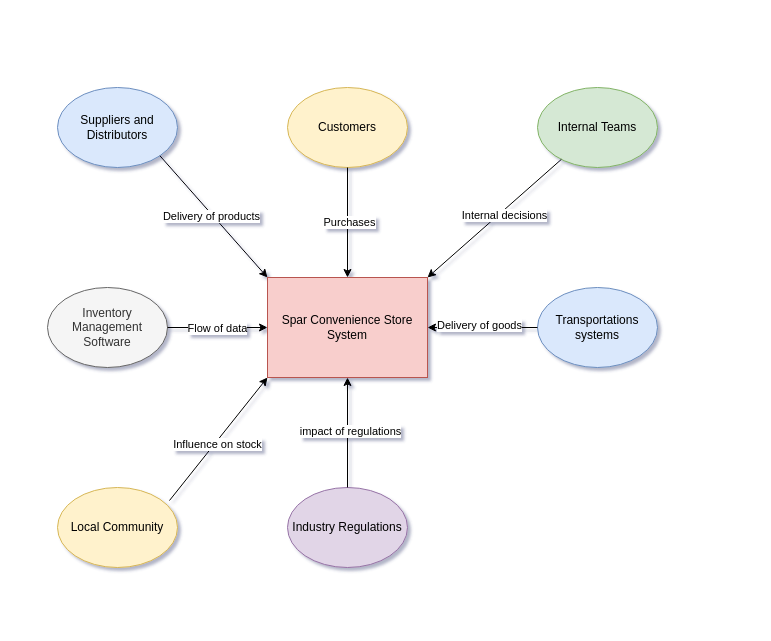
Earlier version of the draw.io diagram Context diagram.drawio (kyleoneill20/PDFfiles). Source tidied: cells renumbered, new cells numbered last; positions are measured from the earlier drawing's top-left corner, leaving out a move shared by most shapes. Both pictures are drawn from the tidied source at 100%, with x=0, y=0 at pixel (47, 87).
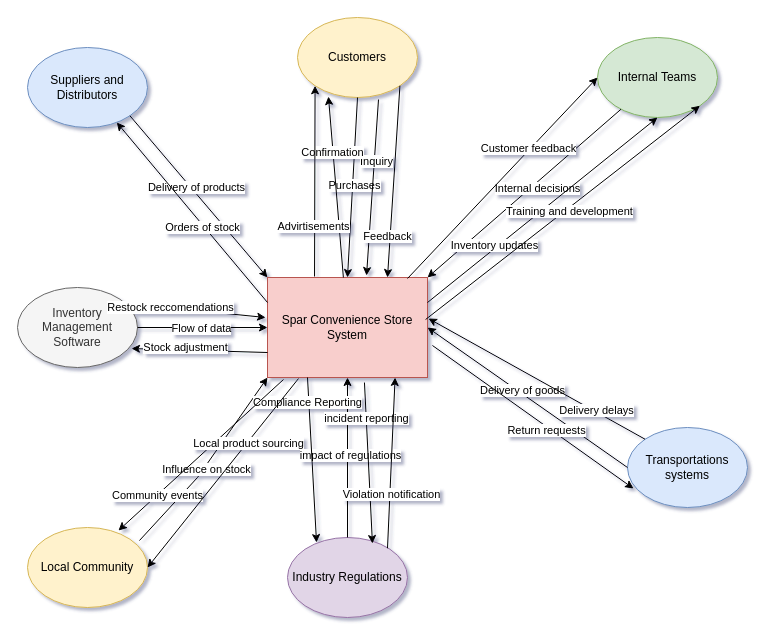
After the change.

The change refers to these unchanged cells:
```xml
<mxCell id="2" value="Spar Convenience Store System" style="rounded=0;whiteSpace=wrap;html=1;fillColor=#f8cecc;strokeColor=#b85450;" parent="1" vertex="1">
  <mxGeometry x="220" y="190" width="160" height="100" as="geometry" />
</mxCell>
<mxCell id="10" style="endArrow=classic;html=1;rounded=0;entryX=0;entryY=0;entryDx=0;entryDy=0;exitX=1;exitY=1;exitDx=0;exitDy=0;" parent="1" edge="1" source="3" target="2">
  <mxGeometry relative="1" as="geometry" />
</mxCell>
<mxCell id="12" style="endArrow=classic;html=1;rounded=0;exitX=0.5;exitY=1;exitDx=0;exitDy=0;entryX=0.5;entryY=0;entryDx=0;entryDy=0;" parent="1" edge="1" source="4" target="2">
  <mxGeometry relative="1" as="geometry" />
</mxCell>
<mxCell id="14" style="endArrow=classic;html=1;rounded=0;entryX=1;entryY=0;entryDx=0;entryDy=0;" parent="1" edge="1" source="5" target="2">
  <mxGeometry relative="1" as="geometry" />
</mxCell>
<mxCell id="16" style="endArrow=classic;html=1;rounded=0;exitX=1;exitY=0.5;exitDx=0;exitDy=0;entryX=0;entryY=0.5;entryDx=0;entryDy=0;" parent="1" edge="1" source="6" target="2">
  <mxGeometry relative="1" as="geometry" />
</mxCell>
<mxCell id="20" style="endArrow=classic;html=1;rounded=0;" parent="1" edge="1" source="8">
  <mxGeometry relative="1" as="geometry">
    <mxPoint x="300" y="290" as="targetPoint" />
  </mxGeometry>
</mxCell>
<mxCell id="22" style="endArrow=classic;html=1;rounded=0;exitX=0;exitY=0.5;exitDx=0;exitDy=0;entryX=1;entryY=0.5;entryDx=0;entryDy=0;" parent="1" edge="1" source="9" target="2">
  <mxGeometry relative="1" as="geometry" />
</mxCell>
```

Diff of the diagram source:
```diff
@@
-    <mxCell id="3" value="Suppliers and Distributors" style="ellipse;whiteSpace=wrap;html=1;fillColor=#dae8fc;strokeColor=#6c8ebf;" parent="1" vertex="1">
-      <mxGeometry x="10" width="120" height="80" as="geometry" />
+    <mxCell id="3" value="Suppliers and Distributors" style="ellipse;whiteSpace=wrap;html=1;fillColor=#dae8fc;strokeColor=#6c8ebf;rounded=0;" parent="1" vertex="1">
+      <mxGeometry x="-20" y="-40" width="120" height="80" as="geometry" />
     </mxCell>
-    <mxCell id="4" value="Customers" style="ellipse;whiteSpace=wrap;html=1;fillColor=#fff2cc;strokeColor=#d6b656;" parent="1" vertex="1">
-      <mxGeometry x="240" width="120" height="80" as="geometry" />
+    <mxCell id="4" value="Customers" style="ellipse;whiteSpace=wrap;html=1;fillColor=#fff2cc;strokeColor=#d6b656;rounded=0;" parent="1" vertex="1">
+      <mxGeometry x="250" y="-70" width="120" height="80" as="geometry" />
     </mxCell>
-    <mxCell id="5" value="Internal Teams" style="ellipse;whiteSpace=wrap;html=1;fillColor=#d5e8d4;strokeColor=#82b366;" parent="1" vertex="1">
-      <mxGeometry x="490" width="120" height="80" as="geometry" />
+    <mxCell id="5" value="Internal Teams" style="ellipse;whiteSpace=wrap;html=1;fillColor=#d5e8d4;strokeColor=#82b366;rounded=0;" parent="1" vertex="1">
+      <mxGeometry x="550" y="-50" width="120" height="80" as="geometry" />
     </mxCell>
-    <mxCell id="6" value="Inventory Management Software" style="ellipse;whiteSpace=wrap;html=1;fillColor=#f5f5f5;fontColor=#333333;strokeColor=#666666;" parent="1" vertex="1">
-      <mxGeometry y="200" width="120" height="80" as="geometry" />
+    <mxCell id="6" value="Inventory Management Software" style="ellipse;whiteSpace=wrap;html=1;fillColor=#f5f5f5;fontColor=#333333;strokeColor=#666666;rounded=0;" parent="1" vertex="1">
+      <mxGeometry x="-30" y="200" width="120" height="80" as="geometry" />
     </mxCell>
-    <mxCell id="7" value="Local Community" style="ellipse;whiteSpace=wrap;html=1;fillColor=#fff2cc;strokeColor=#d6b656;" parent="1" vertex="1">
-      <mxGeometry x="10" y="400" width="120" height="80" as="geometry" />
+    <mxCell id="7" value="Local Community" style="ellipse;whiteSpace=wrap;html=1;fillColor=#fff2cc;strokeColor=#d6b656;rounded=0;" parent="1" vertex="1">
+      <mxGeometry x="-20" y="440" width="120" height="80" as="geometry" />
     </mxCell>
-    <mxCell id="8" value="Industry Regulations" style="ellipse;whiteSpace=wrap;html=1;fillColor=#e1d5e7;strokeColor=#9673a6;" parent="1" vertex="1">
-      <mxGeometry x="240" y="400" width="120" height="80" as="geometry" />
+    <mxCell id="8" value="Industry Regulations" style="ellipse;whiteSpace=wrap;html=1;fillColor=#e1d5e7;strokeColor=#9673a6;rounded=0;" parent="1" vertex="1">
+      <mxGeometry x="240" y="450" width="120" height="80" as="geometry" />
     </mxCell>
-    <mxCell id="9" value="Transportations systems" style="ellipse;whiteSpace=wrap;html=1;fillColor=#dae8fc;strokeColor=#6c8ebf;" parent="1" vertex="1">
-      <mxGeometry x="490" y="200" width="120" height="80" as="geometry" />
+    <mxCell id="9" value="Transportations systems" style="ellipse;whiteSpace=wrap;html=1;fillColor=#dae8fc;strokeColor=#6c8ebf;rounded=0;" parent="1" vertex="1">
+      <mxGeometry x="580" y="340" width="120" height="80" as="geometry" />
     </mxCell>
@@
-    <mxCell id="11" value="Delivery of products" style="edgeLabel;html=1;align=center;verticalAlign=middle;" parent="10" vertex="1">
-      <mxGeometry x="-0.03" y="-1" relative="1" as="geometry" />
+    <mxCell id="11" value="Delivery of products" style="edgeLabel;html=1;align=center;verticalAlign=middle;rounded=0;" parent="10" vertex="1">
+      <mxGeometry x="-0.03" y="-1" relative="1" as="geometry">
+        <mxPoint y="-8" as="offset" />
+      </mxGeometry>
     </mxCell>
@@
-    <mxCell id="13" value="Purchases" style="edgeLabel;html=1;align=center;verticalAlign=middle;" parent="12" vertex="1">
+    <mxCell id="13" value="Purchases" style="edgeLabel;html=1;align=center;verticalAlign=middle;rounded=0;" parent="12" vertex="1">
       <mxGeometry x="-0.02" y="1" relative="1" as="geometry" />
     </mxCell>
@@
-    <mxCell id="15" value="Internal decisions" style="edgeLabel;html=1;align=center;verticalAlign=middle;" parent="14" vertex="1">
+    <mxCell id="15" value="Internal decisions" style="edgeLabel;html=1;align=center;verticalAlign=middle;rounded=0;" parent="14" vertex="1">
       <mxGeometry x="-0.1" y="4" relative="1" as="geometry" />
     </mxCell>
@@
-    <mxCell id="17" value="Flow of data" style="edgeLabel;html=1;align=center;verticalAlign=middle;" parent="16" vertex="1">
+    <mxCell id="17" value="Flow of data" style="edgeLabel;html=1;align=center;verticalAlign=middle;rounded=0;" parent="16" vertex="1">
       <mxGeometry x="-0.03" relative="1" as="geometry" />
     </mxCell>
     <mxCell id="18" style="endArrow=classic;html=1;rounded=0;exitX=0.933;exitY=0.163;exitDx=0;exitDy=0;exitPerimeter=0;entryX=0;entryY=1;entryDx=0;entryDy=0;" parent="1" edge="1" source="7" target="2">
-      <mxGeometry relative="1" as="geometry" />
+      <mxGeometry relative="1" as="geometry">
+        <Array as="points">
+          <mxPoint x="150" y="390" />
+        </Array>
+      </mxGeometry>
     </mxCell>
-    <mxCell id="19" value="Influence on stock" style="edgeLabel;html=1;align=center;verticalAlign=middle;" parent="18" vertex="1">
+    <mxCell id="19" value="Influence on stock" style="edgeLabel;html=1;align=center;verticalAlign=middle;rounded=0;" parent="18" vertex="1">
       <mxGeometry x="-0.06" y="-2" relative="1" as="geometry" />
     </mxCell>
@@
-    <mxCell id="21" value="impact of regulations" style="edgeLabel;html=1;align=center;verticalAlign=middle;" parent="20" vertex="1">
+    <mxCell id="21" value="impact of regulations" style="edgeLabel;html=1;align=center;verticalAlign=middle;rounded=0;" parent="20" vertex="1">
       <mxGeometry x="0.04" y="-2" relative="1" as="geometry" />
     </mxCell>
@@
-    <mxCell id="23" value="Delivery of goods" style="edgeLabel;html=1;align=center;verticalAlign=middle;" parent="22" vertex="1">
+    <mxCell id="23" value="Delivery of goods" style="edgeLabel;html=1;align=center;verticalAlign=middle;rounded=0;" parent="22" vertex="1">
       <mxGeometry x="0.07" y="-3" relative="1" as="geometry" />
     </mxCell>
+    <mxCell id="24" style="endArrow=classic;html=1;rounded=0;exitX=0;exitY=0.25;exitDx=0;exitDy=0;" parent="1" edge="1" source="2" target="3">
+      <mxGeometry relative="1" as="geometry" />
+    </mxCell>
+    <mxCell id="25" value="Orders of stock" style="edgeLabel;html=1;align=center;verticalAlign=middle;rounded=0;" parent="24" vertex="1">
+      <mxGeometry x="0.02" y="2" relative="1" as="geometry">
+        <mxPoint x="13" y="15" as="offset" />
+      </mxGeometry>
+    </mxCell>
+    <mxCell id="26" style="endArrow=classic;html=1;rounded=0;exitX=0.675;exitY=1.025;exitDx=0;exitDy=0;exitPerimeter=0;entryX=0.619;entryY=-0.02;entryDx=0;entryDy=0;entryPerimeter=0;" parent="1" edge="1" source="4" target="2">
+      <mxGeometry relative="1" as="geometry" />
+    </mxCell>
+    <mxCell id="27" value="Inquiry" style="edgeLabel;html=1;align=center;verticalAlign=middle;" parent="26" vertex="1">
+      <mxGeometry x="-0.3" y="2" relative="1" as="geometry" />
+    </mxCell>
+    <mxCell id="28" style="endArrow=classic;html=1;rounded=0;exitX=1;exitY=1;exitDx=0;exitDy=0;entryX=0.75;entryY=0;entryDx=0;entryDy=0;" parent="1" edge="1" source="4" target="2">
+      <mxGeometry relative="1" as="geometry" />
+    </mxCell>
+    <mxCell id="29" value="Feedback" style="edgeLabel;html=1;align=center;verticalAlign=middle;" parent="28" vertex="1">
+      <mxGeometry x="0.57" y="-3" relative="1" as="geometry" />
+    </mxCell>
+    <mxCell id="30" style="endArrow=classic;html=1;rounded=0;entryX=0.258;entryY=0.988;entryDx=0;entryDy=0;entryPerimeter=0;" parent="1" edge="1" source="2" target="4">
+      <mxGeometry relative="1" as="geometry" />
+    </mxCell>
+    <mxCell id="31" value="Confirmation" style="edgeLabel;html=1;align=center;verticalAlign=middle;" parent="30" vertex="1">
+      <mxGeometry x="0.39" y="1" relative="1" as="geometry" />
+    </mxCell>
+    <mxCell id="32" style="endArrow=classic;html=1;rounded=0;entryX=0;entryY=1;entryDx=0;entryDy=0;exitX=0.294;exitY=-0.01;exitDx=0;exitDy=0;exitPerimeter=0;" parent="1" edge="1" source="2" target="4">
+      <mxGeometry relative="1" as="geometry" />
+    </mxCell>
+    <mxCell id="33" value="Advirtisements" style="edgeLabel;html=1;align=center;verticalAlign=middle;" parent="32" vertex="1">
+      <mxGeometry x="-0.48" y="2" relative="1" as="geometry" />
+    </mxCell>
+    <mxCell id="34" style="endArrow=classic;html=1;rounded=0;entryX=0.5;entryY=1;entryDx=0;entryDy=0;exitX=1;exitY=0.25;exitDx=0;exitDy=0;" parent="1" edge="1" source="2" target="5">
+      <mxGeometry relative="1" as="geometry" />
+    </mxCell>
+    <mxCell id="35" value="Inventory updates" style="edgeLabel;html=1;align=center;verticalAlign=middle;" parent="34" vertex="1">
+      <mxGeometry x="-0.41" y="2" relative="1" as="geometry">
+        <mxPoint y="-1" as="offset" />
+      </mxGeometry>
+    </mxCell>
+    <mxCell id="36" style="endArrow=classic;html=1;rounded=0;entryX=0;entryY=0.5;entryDx=0;entryDy=0;exitX=0.875;exitY=0.01;exitDx=0;exitDy=0;exitPerimeter=0;" parent="1" edge="1" source="2" target="5">
+      <mxGeometry relative="1" as="geometry" />
+    </mxCell>
+    <mxCell id="37" value="Customer feedback" style="edgeLabel;html=1;align=center;verticalAlign=middle;" parent="36" vertex="1">
+      <mxGeometry x="0.28" y="2" relative="1" as="geometry" />
+    </mxCell>
+    <mxCell id="38" style="endArrow=classic;html=1;rounded=0;entryX=1;entryY=1;entryDx=0;entryDy=0;exitX=0.988;exitY=0.42;exitDx=0;exitDy=0;exitPerimeter=0;" parent="1" edge="1" source="2" target="5">
+      <mxGeometry relative="1" as="geometry" />
+    </mxCell>
+    <mxCell id="39" value="Training and development" style="edgeLabel;html=1;align=center;verticalAlign=middle;" parent="38" vertex="1">
+      <mxGeometry x="0.06" y="-1" relative="1" as="geometry">
+        <mxPoint x="-2" y="4" as="offset" />
+      </mxGeometry>
+    </mxCell>
+    <mxCell id="40" style="endArrow=classic;html=1;rounded=0;entryX=0.05;entryY=0.763;entryDx=0;entryDy=0;entryPerimeter=0;exitX=1.031;exitY=0.68;exitDx=0;exitDy=0;exitPerimeter=0;" parent="1" edge="1" source="2" target="9">
+      <mxGeometry relative="1" as="geometry" />
+    </mxCell>
+    <mxCell id="41" value="Return requests" style="edgeLabel;html=1;align=center;verticalAlign=middle;" parent="40" vertex="1">
+      <mxGeometry x="0.15" y="-3" relative="1" as="geometry" />
+    </mxCell>
+    <mxCell id="42" style="endArrow=classic;html=1;rounded=0;exitX=0;exitY=0;exitDx=0;exitDy=0;entryX=1.006;entryY=0.41;entryDx=0;entryDy=0;entryPerimeter=0;" parent="1" edge="1" source="9" target="2">
+      <mxGeometry relative="1" as="geometry" />
+    </mxCell>
+    <mxCell id="43" value="Delivery delays" style="edgeLabel;html=1;align=center;verticalAlign=middle;" parent="42" vertex="1">
+      <mxGeometry x="-0.54" y="-2" relative="1" as="geometry" />
+    </mxCell>
+    <mxCell id="44" style="endArrow=classic;html=1;rounded=0;entryX=0.708;entryY=0.075;entryDx=0;entryDy=0;entryPerimeter=0;exitX=0.606;exitY=1.05;exitDx=0;exitDy=0;exitPerimeter=0;" parent="1" edge="1" source="2" target="8">
+      <mxGeometry relative="1" as="geometry" />
+    </mxCell>
+    <mxCell id="45" value="incident reporting" style="edgeLabel;html=1;align=center;verticalAlign=middle;" parent="44" vertex="1">
+      <mxGeometry x="-0.55" relative="1" as="geometry" />
+    </mxCell>
+    <mxCell id="46" style="endArrow=classic;html=1;rounded=0;entryX=0.242;entryY=0.063;entryDx=0;entryDy=0;entryPerimeter=0;exitX=0.25;exitY=1;exitDx=0;exitDy=0;" parent="1" edge="1" source="2" target="8">
+      <mxGeometry relative="1" as="geometry" />
+    </mxCell>
+    <mxCell id="47" value="Compliance Reporting" style="edgeLabel;html=1;align=center;verticalAlign=middle;" parent="46" vertex="1">
+      <mxGeometry x="-0.71" y="-2" relative="1" as="geometry" />
+    </mxCell>
+    <mxCell id="48" style="endArrow=classic;html=1;rounded=0;exitX=1;exitY=0;exitDx=0;exitDy=0;entryX=0.813;entryY=1.01;entryDx=0;entryDy=0;entryPerimeter=0;" parent="1" edge="1">
+      <mxGeometry relative="1" as="geometry">
+        <mxPoint x="340" y="460.7" as="sourcePoint" />
+        <mxPoint x="347.6" y="290" as="targetPoint" />
+      </mxGeometry>
+    </mxCell>
+    <mxCell id="49" value="Violation notification" style="edgeLabel;html=1;align=center;verticalAlign=middle;" parent="48" vertex="1">
+      <mxGeometry x="-0.37" y="-1" relative="1" as="geometry" />
+    </mxCell>
+    <mxCell id="50" style="endArrow=classic;html=1;rounded=0;entryX=0.758;entryY=0.038;entryDx=0;entryDy=0;entryPerimeter=0;exitX=0.1;exitY=1.02;exitDx=0;exitDy=0;exitPerimeter=0;" parent="1" edge="1" source="2" target="7">
+      <mxGeometry relative="1" as="geometry" />
+    </mxCell>
+    <mxCell id="51" value="Community events" style="edgeLabel;html=1;align=center;verticalAlign=middle;" parent="50" vertex="1">
+      <mxGeometry x="0.53" relative="1" as="geometry" />
+    </mxCell>
+    <mxCell id="52" style="endArrow=classic;html=1;rounded=0;entryX=1;entryY=0.5;entryDx=0;entryDy=0;exitX=0.194;exitY=1.01;exitDx=0;exitDy=0;exitPerimeter=0;" parent="1" edge="1" source="2" target="7">
+      <mxGeometry relative="1" as="geometry" />
+    </mxCell>
+    <mxCell id="53" value="Local product sourcing" style="edgeLabel;html=1;align=center;verticalAlign=middle;" parent="52" vertex="1">
+      <mxGeometry x="-0.32" y="1" relative="1" as="geometry" />
+    </mxCell>
+    <mxCell id="54" style="endArrow=classic;html=1;rounded=0;entryX=0.95;entryY=0.763;entryDx=0;entryDy=0;entryPerimeter=0;exitX=0;exitY=0.75;exitDx=0;exitDy=0;" parent="1" edge="1" source="2" target="6">
+      <mxGeometry relative="1" as="geometry" />
+    </mxCell>
+    <mxCell id="55" value="Stock adjustment" style="edgeLabel;html=1;align=center;verticalAlign=middle;" parent="54" vertex="1">
+      <mxGeometry x="0.22" y="-3" relative="1" as="geometry" />
+    </mxCell>
+    <mxCell id="56" style="endArrow=classic;html=1;rounded=0;exitX=0.908;exitY=0.2;exitDx=0;exitDy=0;exitPerimeter=0;entryX=-0.012;entryY=0.4;entryDx=0;entryDy=0;entryPerimeter=0;" parent="1" edge="1" source="6" target="2">
+      <mxGeometry relative="1" as="geometry" />
+    </mxCell>
+    <mxCell id="57" value="Restock reccomendations&lt;br&gt;" style="edgeLabel;html=1;align=center;verticalAlign=middle;" parent="56" vertex="1">
+      <mxGeometry x="-0.37" y="1" relative="1" as="geometry" />
+    </mxCell>
```
